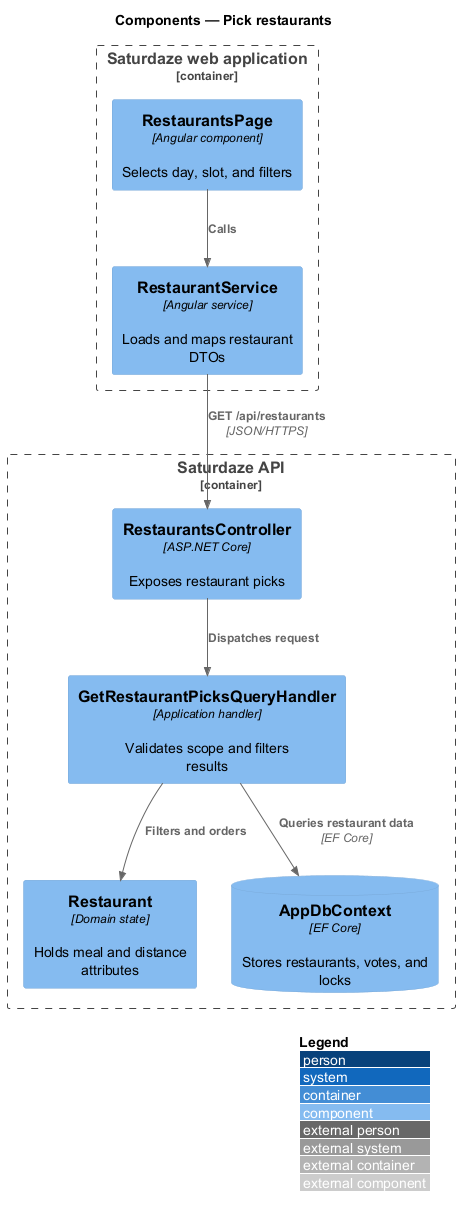
Before: docs/detailed-designs/discovery/pick-restaurants/diagrams/c4-component.png, a diagram exported from PlantUML (QuinntyneBrown/saturdaze).
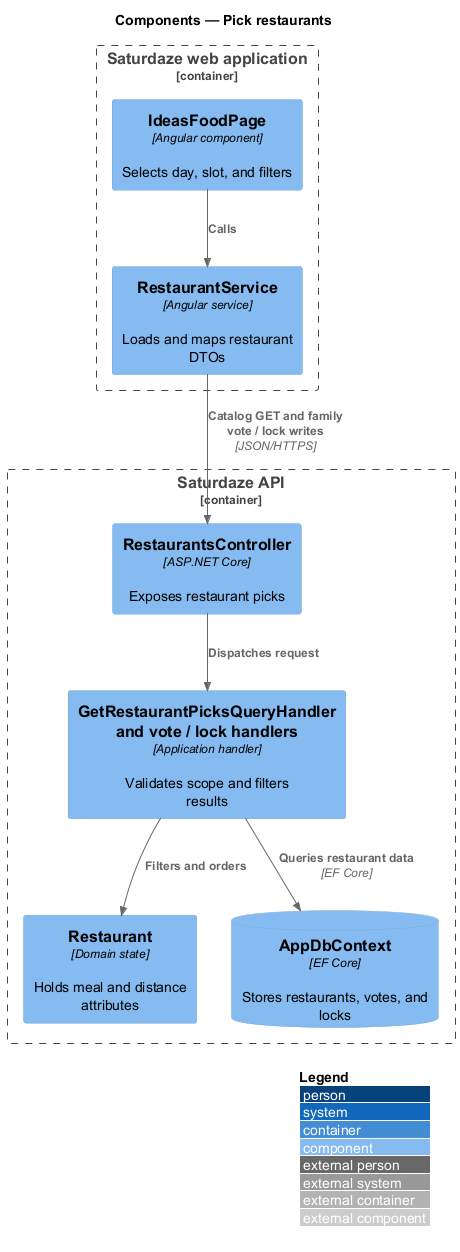
Later version of the same file.

What changed in the source:
```diff
@@ -4,17 +4,17 @@
 title Components — Pick restaurants
 
 Container_Boundary(web, "Saturdaze web application") {
-  Component(page, "RestaurantsPage", "Angular component", "Selects day, slot, and filters")
+  Component(page, "IdeasFoodPage", "Angular component", "Selects day, slot, and filters")
   Component(client, "RestaurantService", "Angular service", "Loads and maps restaurant DTOs")
 }
 Container_Boundary(api, "Saturdaze API") {
   Component(controller, "RestaurantsController", "ASP.NET Core", "Exposes restaurant picks")
-  Component(handler, "GetRestaurantPicksQueryHandler", "Application handler", "Validates scope and filters results")
+  Component(handler, "GetRestaurantPicksQueryHandler and vote / lock handlers", "Application handler", "Validates scope and filters results")
   Component(entity, "Restaurant", "Domain state", "Holds meal and distance attributes")
   ComponentDb(db, "AppDbContext", "EF Core", "Stores restaurants, votes, and locks")
 }
 Rel(page, client, "Calls")
-Rel(client, controller, "GET /api/restaurants", "JSON/HTTPS")
+Rel(client, controller, "Catalog GET and family vote / lock writes", "JSON/HTTPS")
 Rel(controller, handler, "Dispatches request")
 Rel(handler, entity, "Filters and orders")
 Rel(handler, db, "Queries restaurant data", "EF Core")
```
